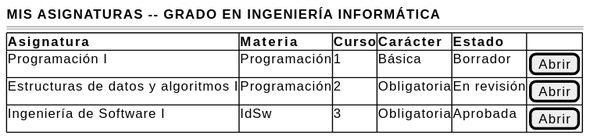
Before: images/RUP/01-requisitos/03-detalle-casos-uso/abrirAsignaturasGrado/wireframe-porProfesor.svg, a diagram exported from PlantUML (mmasias/pyCeldaPublico).
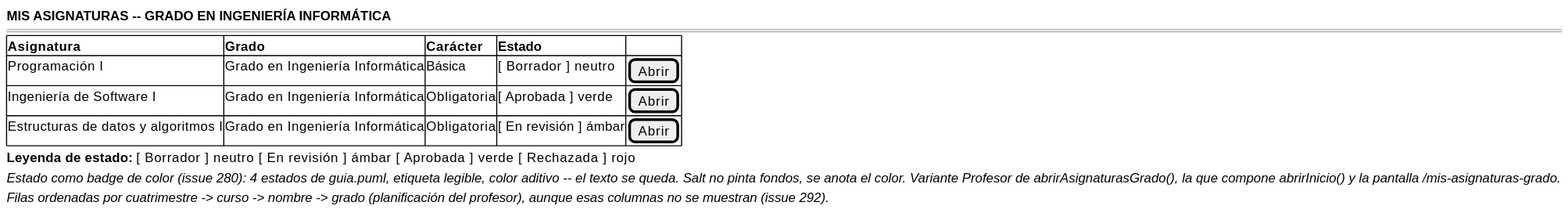
Above is the later version.

What changed in the source:
```diff
@@ -3,11 +3,14 @@
     <b>MIS ASIGNATURAS -- GRADO EN INGENIERÍA INFORMÁTICA</b>
     ====
     {#
-    <b>Asignatura                          | <b>Materia    | <b>Curso  | <b>Carácter |<b>Estado| .
-    Programación I                         | Programación  | 1         | Básica |Borrador| [Abrir]
-    Estructuras de datos y algoritmos I    | Programación  | 2         | Obligatoria |En revisión| [Abrir]
-    Ingeniería de Software I               | IdSw          | 3         | Obligatoria |Aprobada| [Abrir]
+    <b>Asignatura                          | <b>Grado                          | <b>Carácter |<b>Estado| .
+    Programación I                         | Grado en Ingeniería Informática    | Básica |[ Borrador ] neutro| [Abrir]
+    Ingeniería de Software I               | Grado en Ingeniería Informática    | Obligatoria |[ Aprobada ] verde| [Abrir]
+    Estructuras de datos y algoritmos I    | Grado en Ingeniería Informática    | Obligatoria |[ En revisión ] ámbar| [Abrir]
 
     }
+    <b>Leyenda de estado:</b> [ Borrador ] neutro   [ En revisión ] ámbar   [ Aprobada ] verde   [ Rechazada ] rojo
+    <i>Estado como badge de color (issue 280): 4 estados de guia.puml, etiqueta legible, color aditivo -- el texto se queda. Salt no pinta fondos, se anota el color. Variante Profesor de abrirAsignaturasGrado(), la que compone abrirInicio() y la pantalla /mis-asignaturas-grado.</i>
+    <i>Filas ordenadas por cuatrimestre -> curso -> nombre -> grado (planificación del profesor), aunque esas columnas no se muestran (issue 292).</i>
 }
 @endsalt
```
